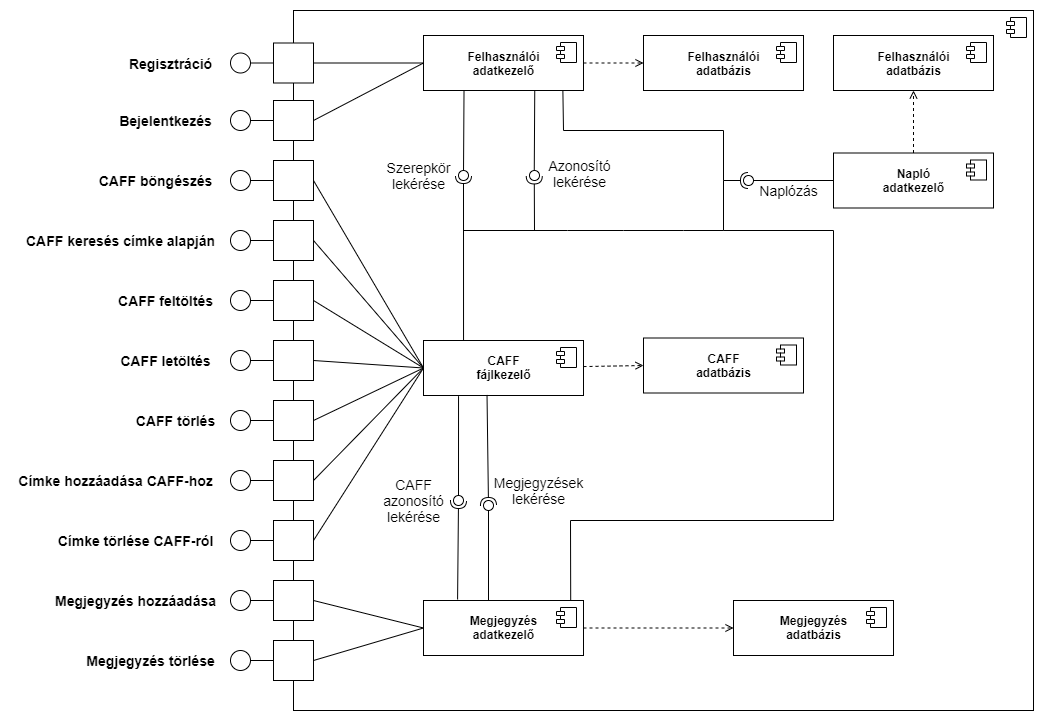
The draw.io diagram doc/img/component.drawio.png in amadehegedus/cool, before a commit. Source tidied: cells renumbered, new cells last; positions are measured from the earlier drawing's top-left corner, leaving out a move shared by most shapes.
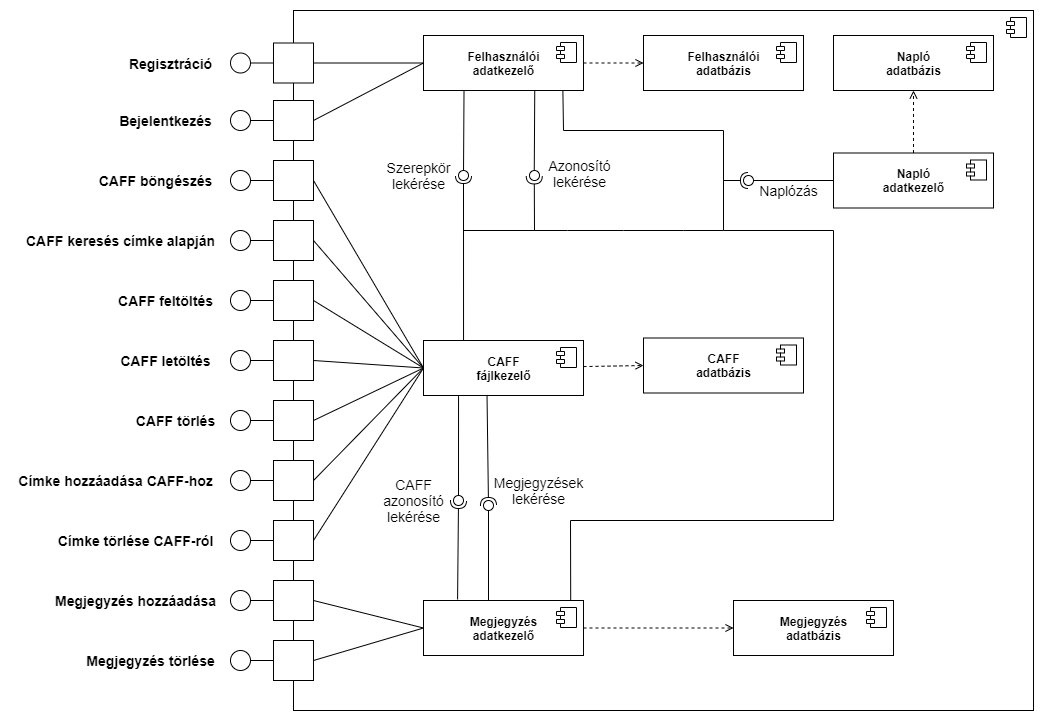
After the commit.

Change to the diagram source:
```diff
@@ -199,7 +199,7 @@
         <mxPoint x="-27" y="7" as="offset" />
       </mxGeometry>
     </mxCell>
-    <mxCell id="59" value="&lt;b&gt;Felhasználói&lt;br&gt;adatbázis&lt;/b&gt;" style="html=1;" parent="1" vertex="1">
+    <mxCell id="59" value="&lt;b&gt;Napló&lt;br&gt;adatbázis&lt;/b&gt;" style="html=1;" parent="1" vertex="1">
       <mxGeometry x="823" y="25" width="160" height="55" as="geometry" />
     </mxCell>
     <mxCell id="60" style="shape=module;jettyWidth=8;jettyHeight=4;" parent="59" vertex="1">
```
